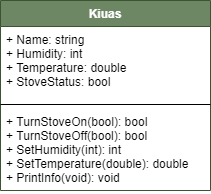
Earlier version of the draw.io export Images/T6/T6-Kiuas-UML.png (antipoppi/olio-tehtavat). Source tidied: cells renumbered, new cells last; positions are measured from the earlier drawing's top-left corner, leaving out a move shared by most shapes.
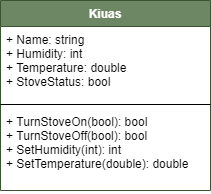
After the change.

The edit, as a diff of the source:
```diff
@@ -11,7 +11,7 @@
     <mxCell id="4" style="line;strokeWidth=1;fillColor=none;align=left;verticalAlign=middle;spacingTop=-1;spacingLeft=3;spacingRight=3;labelPosition=right;" parent="2" vertex="1">
       <mxGeometry y="100" width="210" height="8" as="geometry" />
     </mxCell>
-    <mxCell id="5" value="+ TurnStoveOn(bool): bool&#10;+ TurnStoveOff(bool): bool&#10;+ SetHumidity(int): int&#10;+ SetTemperature(double): double&#10;+ PrintInfo(void): void" style="text;strokeColor=none;fillColor=none;align=left;verticalAlign=top;spacingLeft=4;spacingRight=4;overflow=hidden;" parent="2" vertex="1">
+    <mxCell id="5" value="+ TurnStoveOn(bool): bool&#10;+ TurnStoveOff(bool): bool&#10;+ SetHumidity(int): int&#10;+ SetTemperature(double): double" style="text;strokeColor=none;fillColor=none;align=left;verticalAlign=top;spacingLeft=4;spacingRight=4;overflow=hidden;" parent="2" vertex="1">
       <mxGeometry y="108" width="210" height="82" as="geometry" />
     </mxCell>
   </root>
```
